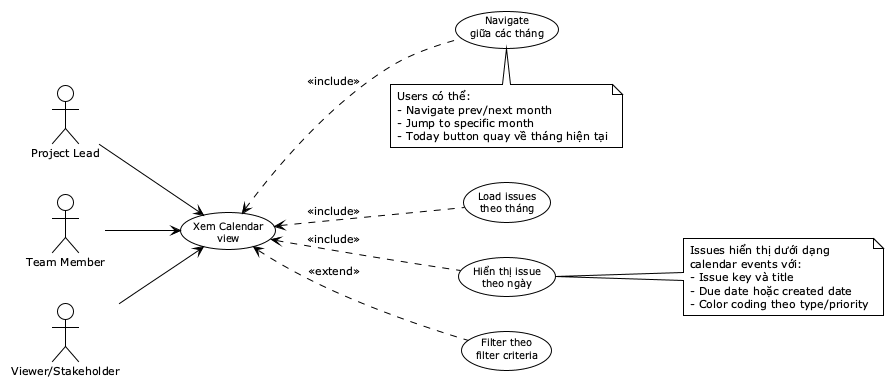
toantran292/datn keeps this PlantUML diagram as reports/dat-examples/report/images/uc05_5_calendar_view.png. Above is the earlier version.
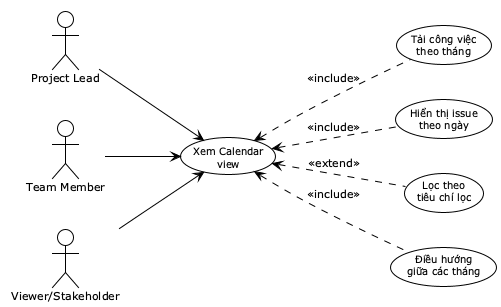
Above is the later version.

Diff of the diagram source:
```diff
@@ -10,10 +10,10 @@
 actor "Viewer/Stakeholder" as VS
 
 usecase "Xem Calendar\nview" as UC_Calendar
-usecase "Load issues\ntheo tháng" as UC_LoadMonth
+usecase "Tải công việc\ntheo tháng" as UC_LoadMonth
 usecase "Hiển thị issue\ntheo ngày" as UC_DisplayDay
-usecase "Filter theo\nfilter criteria" as UC_FilterCalendar
-usecase "Navigate\ngiữa các tháng" as UC_Navigate
+usecase "Lọc theo\ntiêu chí lọc" as UC_FilterCalendar
+usecase "Điều hướng\ngiữa các tháng" as UC_Navigate
 
 PL --> UC_Calendar
 TM --> UC_Calendar
@@ -24,19 +24,6 @@
 UC_FilterCalendar .up.> UC_Calendar : <<extend>>
 UC_Navigate .up.> UC_Calendar : <<include>>
 
-note right of UC_DisplayDay
-  Issues hiển thị dưới dạng
-  calendar events với:
-  - Issue key và title
-  - Due date hoặc created date
-  - Color coding theo type/priority
-end note
 
-note bottom of UC_Navigate
-  Users có thể:
-  - Navigate prev/next month
-  - Jump to specific month
-  - Today button quay về tháng hiện tại
-end note
 
 @enduml
```
